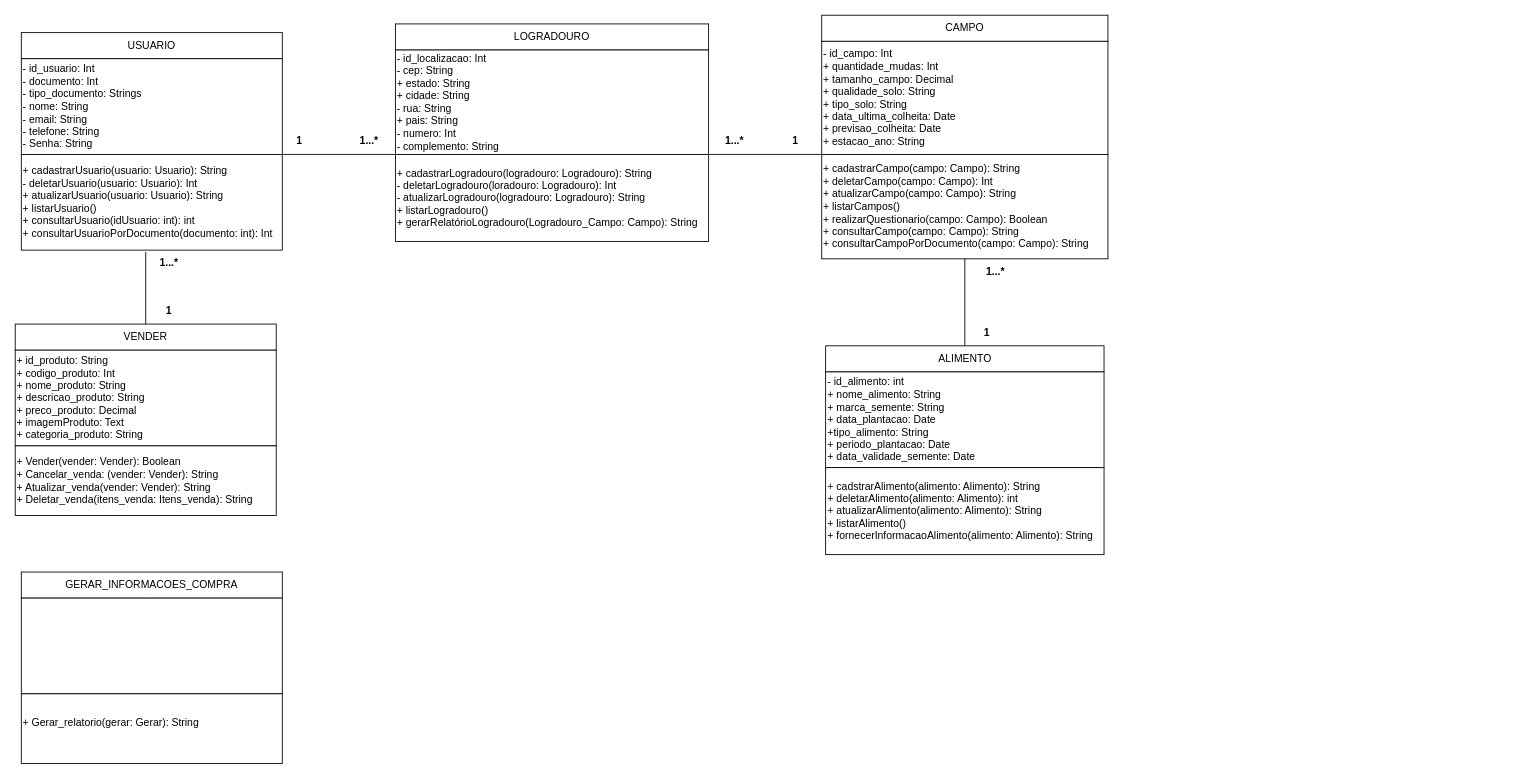
Earlier version of the draw.io diagram Diagrama de Classes.drawio (Thiago163/POC_MUNDO_VERDE). Source tidied: cells renumbered, new cells numbered last; positions are measured from the earlier drawing's top-left corner, leaving out a move shared by most shapes. Both pictures are drawn from the tidied source at 87%, with x=0, y=0 at pixel (15, 15).
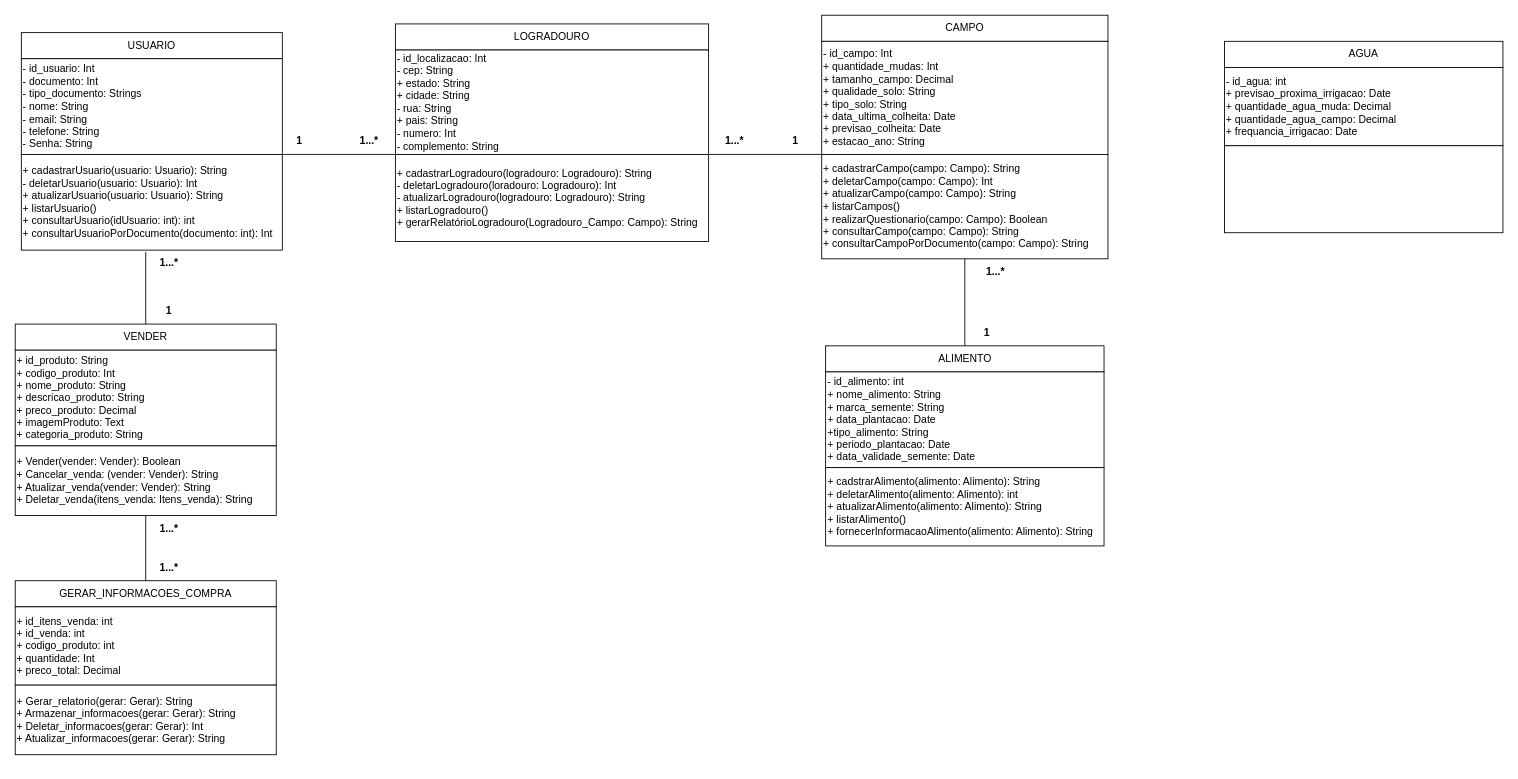
The same page after the edit.

The change refers to these unchanged cells:
```xml
<mxCell id="25" value="+ Vender(vender: Vender): Boolean&lt;div&gt;+ Cancelar_venda:&amp;nbsp;&lt;span style=&quot;background-color: initial;&quot;&gt;(vender: Vender): String&lt;/span&gt;&lt;/div&gt;&lt;div&gt;&lt;span style=&quot;background-color: initial;&quot;&gt;+ Atualizar_venda&lt;/span&gt;&lt;span style=&quot;background-color: initial;&quot;&gt;(vender: Vender): String&lt;/span&gt;&lt;/div&gt;&lt;div&gt;&lt;span style=&quot;background-color: initial;&quot;&gt;+ Deletar_venda(itens_venda: Itens_venda): String&lt;/span&gt;&lt;/div&gt;" style="rounded=0;whiteSpace=wrap;html=1;align=left;" parent="1" vertex="1">
  <mxGeometry y="495" width="300" height="80" as="geometry" />
</mxCell>
```

Diff of the diagram source:
```diff
@@
     <mxCell id="19" value="&lt;div&gt;&lt;span style=&quot;background-color: initial;&quot;&gt;+ cadstrarAlimento(alimento: Alimento): String&lt;/span&gt;&lt;/div&gt;&lt;div&gt;&lt;span style=&quot;background-color: initial;&quot;&gt;+ deletarAlimento(alimento: Alimento): int&lt;/span&gt;&lt;/div&gt;&lt;div&gt;&lt;span style=&quot;background-color: initial;&quot;&gt;+ atualizarAlimento&lt;/span&gt;&lt;span style=&quot;background-color: initial;&quot;&gt;(alimento: Alimento): String&lt;/span&gt;&lt;/div&gt;&lt;div&gt;&lt;span style=&quot;background-color: initial;&quot;&gt;+ listarAlimento()&lt;/span&gt;&lt;/div&gt;&lt;div&gt;&lt;span style=&quot;background-color: initial;&quot;&gt;+ fornecerInformacaoAlimento&lt;/span&gt;&lt;span style=&quot;background-color: initial;&quot;&gt;(alimento: Alimento): String&lt;/span&gt;&lt;/div&gt;" style="rounded=0;whiteSpace=wrap;html=1;align=left;" parent="1" vertex="1">
-      <mxGeometry x="931.5" y="520" width="320" height="100" as="geometry" />
+      <mxGeometry x="931.5" y="520" width="320" height="90" as="geometry" />
     </mxCell>
@@
     <mxCell id="30" value="GERAR_INFORMACOES_COMPRA" style="rounded=0;whiteSpace=wrap;html=1;" parent="1" vertex="1">
-      <mxGeometry x="7" y="640" width="300" height="30" as="geometry" />
+      <mxGeometry y="650" width="300" height="30" as="geometry" />
     </mxCell>
-    <mxCell id="31" style="rounded=0;whiteSpace=wrap;html=1;align=left;" parent="1" vertex="1">
-      <mxGeometry x="7" y="670" width="300" height="110" as="geometry" />
+    <mxCell id="31" value="+ id_itens_venda: int&lt;div&gt;+ id_venda: int&lt;/div&gt;&lt;div&gt;+ codigo_produto: int&lt;/div&gt;&lt;div&gt;+ quantidade: Int&lt;/div&gt;&lt;div&gt;+ preco_total: Decimal&lt;/div&gt;" style="rounded=0;whiteSpace=wrap;html=1;align=left;" parent="1" vertex="1">
+      <mxGeometry y="680" width="300" height="90" as="geometry" />
     </mxCell>
-    <mxCell id="32" value="+ Gerar_relatorio(gerar: Gerar): String&lt;div&gt;&lt;br&gt;&lt;/div&gt;" style="rounded=0;whiteSpace=wrap;html=1;align=left;" parent="1" vertex="1">
-      <mxGeometry x="7" y="780" width="300" height="80" as="geometry" />
+    <mxCell id="32" value="+ Gerar_relatorio(gerar: Gerar): String&lt;div&gt;+ Armazenar_informacoes&lt;span style=&quot;background-color: initial;&quot;&gt;(gerar: Gerar): String&lt;/span&gt;&lt;/div&gt;&lt;div&gt;&lt;span style=&quot;background-color: initial;&quot;&gt;+ Deletar_informacoes&lt;/span&gt;&lt;span style=&quot;background-color: initial;&quot;&gt;(gerar: Gerar): Int&lt;/span&gt;&lt;/div&gt;&lt;div&gt;+ Atualizar_informacoes&lt;span style=&quot;background-color: initial;&quot;&gt;(gerar: Gerar): String&lt;/span&gt;&lt;/div&gt;" style="rounded=0;whiteSpace=wrap;html=1;align=left;" parent="1" vertex="1">
+      <mxGeometry y="770" width="300" height="80" as="geometry" />
     </mxCell>
+    <mxCell id="33" style="endArrow=none;html=1;rounded=0;entryX=0.5;entryY=1;entryDx=0;entryDy=0;exitX=0.5;exitY=0;exitDx=0;exitDy=0;" parent="1" edge="1" source="30" target="25">
+      <mxGeometry relative="1" as="geometry" />
+    </mxCell>
+    <mxCell id="34" value="&lt;b&gt;1...*&lt;/b&gt;" style="text;html=1;align=center;verticalAlign=middle;whiteSpace=wrap;rounded=0;" parent="1" vertex="1">
+      <mxGeometry x="147" y="575" width="60" height="30" as="geometry" />
+    </mxCell>
+    <mxCell id="35" value="&lt;b&gt;1...*&lt;/b&gt;" style="text;html=1;align=center;verticalAlign=middle;whiteSpace=wrap;rounded=0;" parent="1" vertex="1">
+      <mxGeometry x="147" y="620" width="60" height="30" as="geometry" />
+    </mxCell>
+    <mxCell id="36" value="AGUA" style="rounded=0;whiteSpace=wrap;html=1;" parent="1" vertex="1">
+      <mxGeometry x="1390" y="30" width="320" height="30" as="geometry" />
+    </mxCell>
+    <mxCell id="37" value="- id_agua: int&lt;div&gt;+ previsao_proxima_irrigacao: Date&lt;/div&gt;&lt;div&gt;+ quantidade_agua_muda: Decimal&lt;/div&gt;&lt;div&gt;+ quantidade_agua_campo: Decimal&lt;/div&gt;&lt;div&gt;+ frequancia_irrigacao: Date&lt;/div&gt;" style="rounded=0;whiteSpace=wrap;html=1;align=left;" parent="1" vertex="1">
+      <mxGeometry x="1390" y="60" width="320" height="90" as="geometry" />
+    </mxCell>
+    <mxCell id="38" style="rounded=0;whiteSpace=wrap;html=1;align=left;" parent="1" vertex="1">
+      <mxGeometry x="1390" y="150" width="320" height="100" as="geometry" />
+    </mxCell>
```
